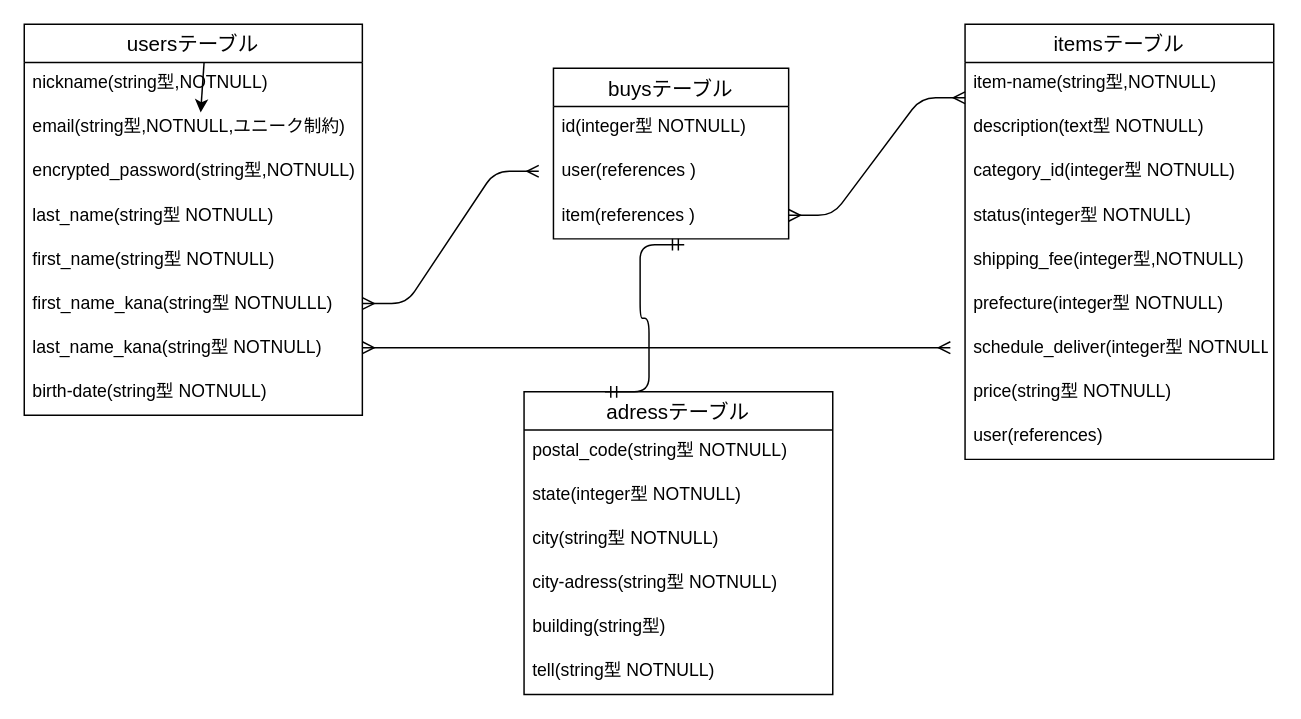
The draw.io diagram read me.dio in mintia0743/furima-40376, before the edit. Source tidied: cells renumbered, new cells numbered last; positions are measured from the earlier drawing's top-left corner, leaving out a move shared by most shapes. Both pictures are drawn from the tidied source at 147%, with x=0, y=0 at pixel (24, 24).
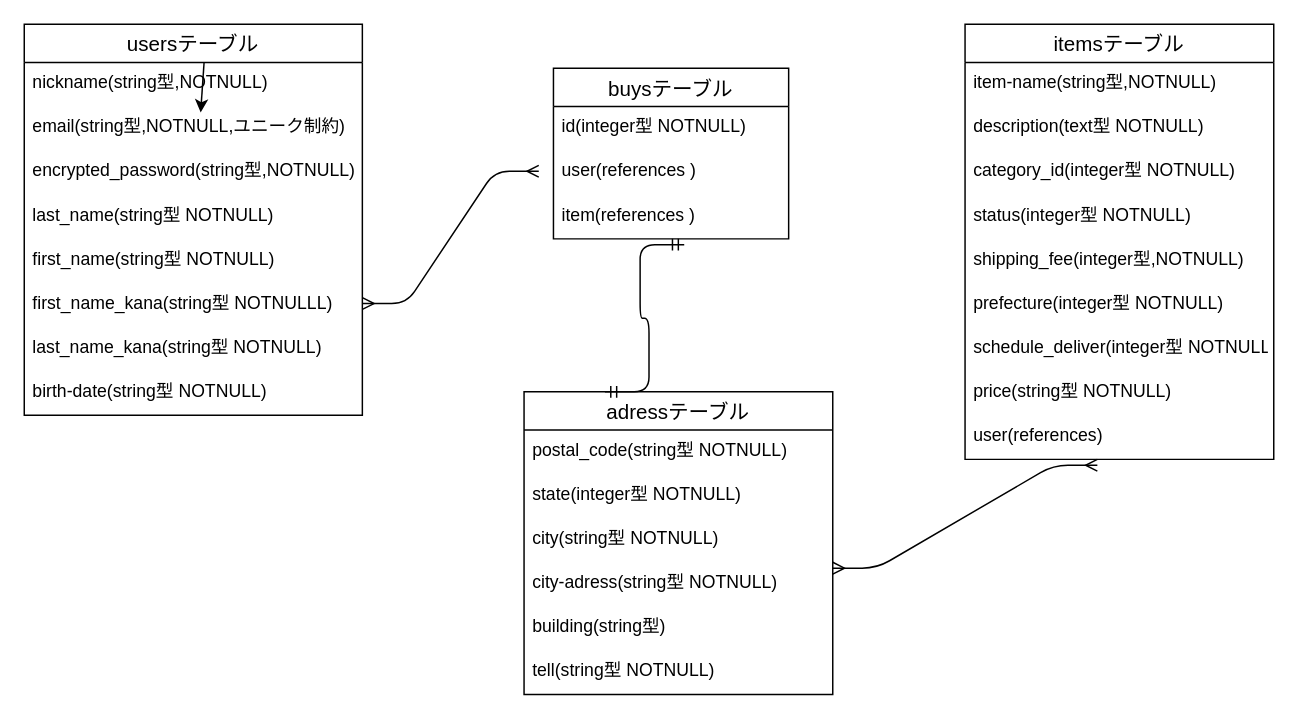
Above is the later version.

What changed in the source:
```diff
@@
-    <mxCell id="34" style="edgeStyle=entityRelationEdgeStyle;fontSize=12;html=1;endArrow=ERmany;startArrow=ERmany;" parent="1" edge="1">
-      <mxGeometry relative="1" as="geometry">
-        <mxPoint x="520" y="130" as="sourcePoint" />
-        <mxPoint x="640" y="50" as="targetPoint" />
-      </mxGeometry>
-    </mxCell>
@@
     <mxCell id="36" style="edgeStyle=entityRelationEdgeStyle;fontSize=12;html=1;endArrow=ERmany;startArrow=ERmany;" parent="1" edge="1">
       <mxGeometry relative="1" as="geometry">
-        <mxPoint x="230" y="220" as="sourcePoint" />
-        <mxPoint x="630" y="220" as="targetPoint" />
+        <mxPoint x="550" y="370" as="sourcePoint" />
+        <mxPoint x="730" y="300" as="targetPoint" />
       </mxGeometry>
     </mxCell>
```
